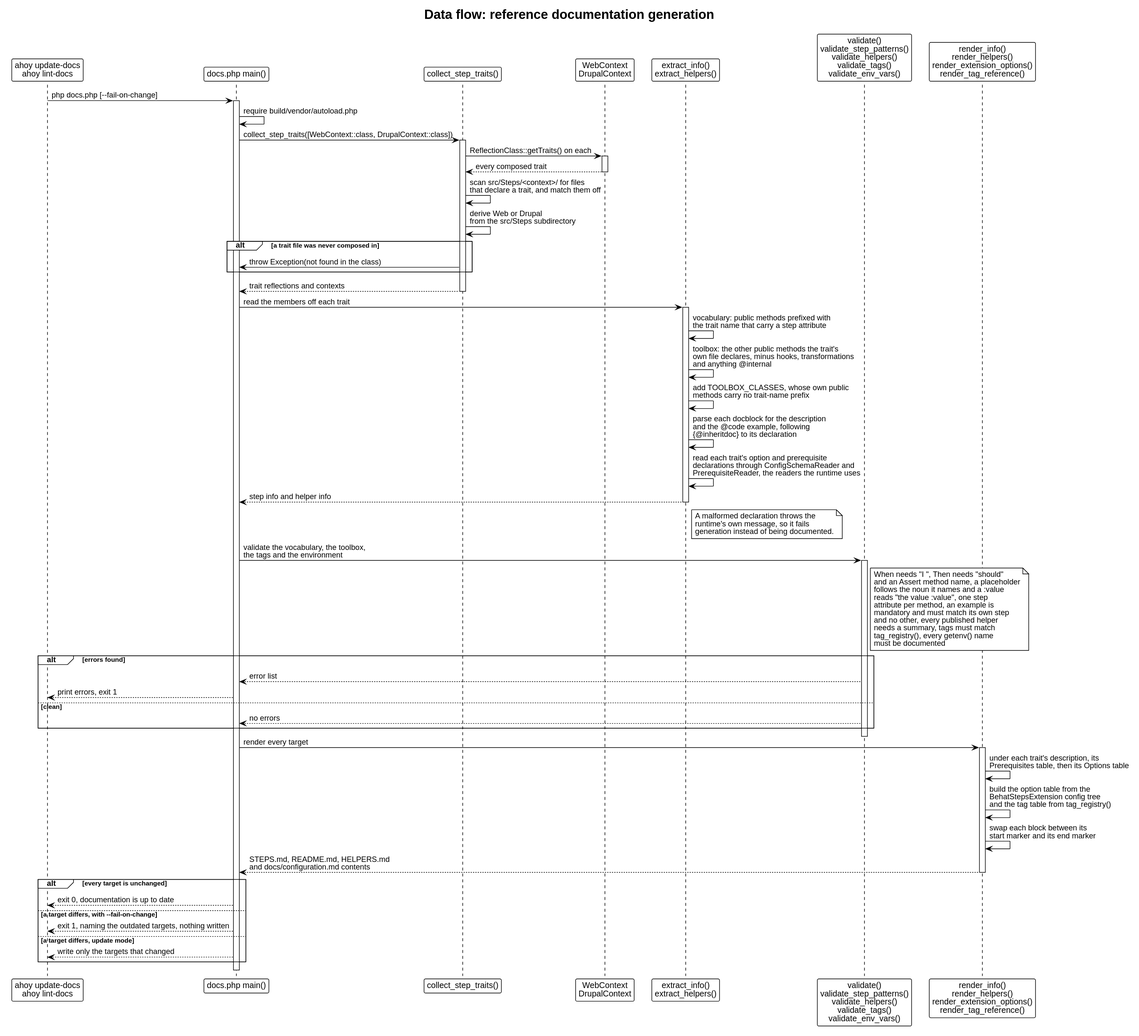
The PlantUML diagram docs/architecture/dataflow-docs.svg in drevops/behat-steps, before a commit.
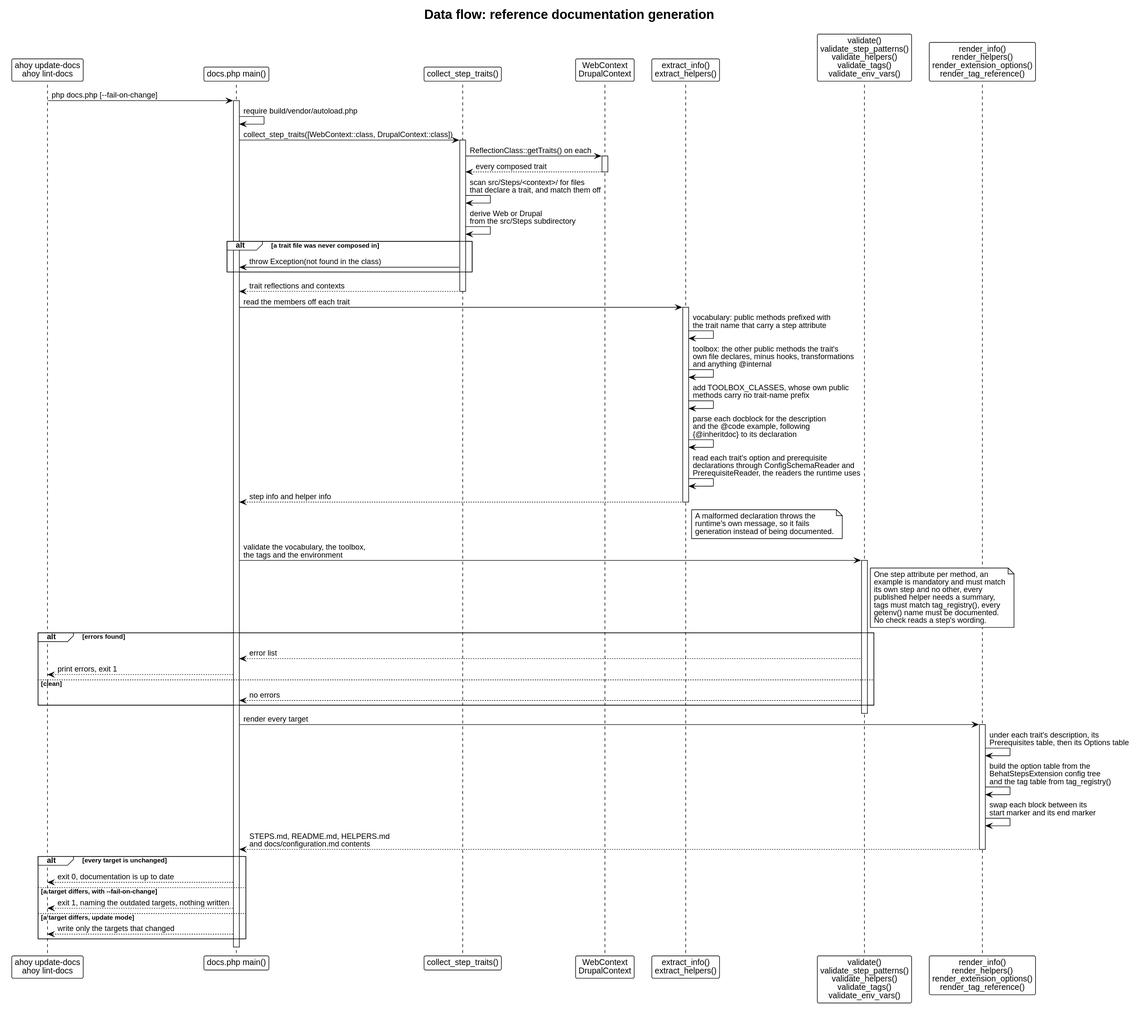
Later version of the same file.

Commit message:
Limited 'docs.php' validation to what 'STEPS.md' needs to render, leaving step wording to review.

The edit, as a diff of the source:
```diff
@@ -50,16 +50,13 @@
 Main -> Validate: validate the vocabulary, the toolbox,\nthe tags and the environment
 activate Validate
 note right of Validate
-  When needs "I ", Then needs "should"
-  and an Assert method name, a placeholder
-  follows the noun it names and a :value
-  reads "the value :value", one step
-  attribute per method, an example is
-  mandatory and must match its own step
-  and no other, every published helper
-  needs a summary, tags must match
-  tag_registry(), every getenv() name
-  must be documented
+  One step attribute per method, an
+  example is mandatory and must match
+  its own step and no other, every
+  published helper needs a summary,
+  tags must match tag_registry(), every
+  getenv() name must be documented.
+  No check reads a step's wording.
 end note
 alt errors found
   Validate --> Main: error list
```
